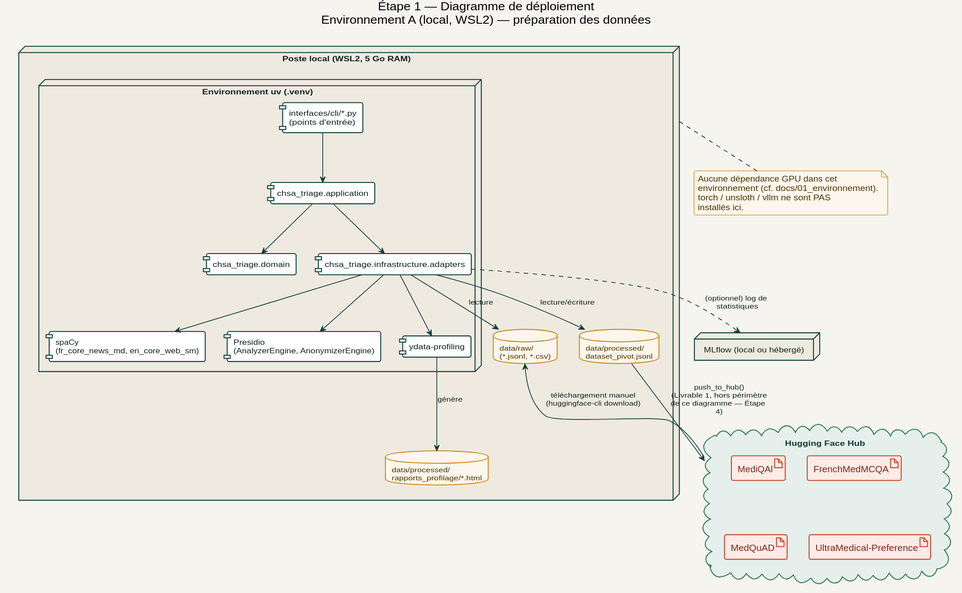
This is docs/diagrams/02_etape1_donnees/deploiement/deploiement_etape1.svg from racemartin/m14_ocr, a PlantUML export, as it was before one commit.
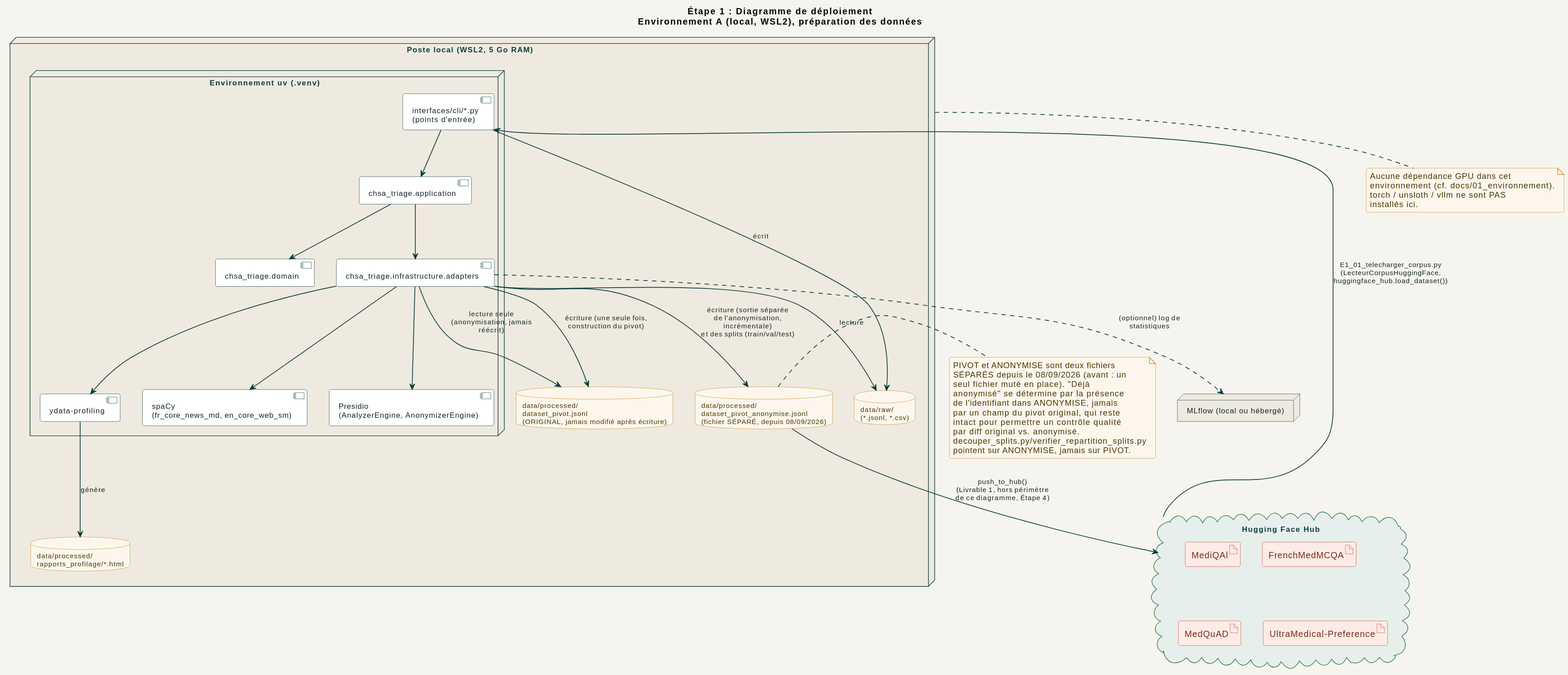
Later version of the same file.

Diff of the diagram source:
```diff
@@ -1,117 +1,7 @@
-@startuml deploiement_etape1
+@startuml
+!include ../../_common/estilo.iuml
 
-skinparam backgroundColor #F6F4EF
-skinparam defaultFontName Helvetica
-skinparam roundcorner 6
-skinparam shadowing false
-skinparam ArrowThickness 1.2
-
-skinparam arrow {
-  Color #0B3D3A
-  FontColor #10241F
-  FontSize 11
-}
-
-skinparam package {
-  BackgroundColor #FFFFFF
-  BorderColor #0B3D3A
-  FontColor #0B3D3A
-  FontStyle bold
-  FontSize 14
-}
-
-skinparam node {
-  BackgroundColor #EFEAE0
-  BorderColor #0B3D3A
-  FontColor #10241F
-  FontSize 12
-}
-
-skinparam database {
-  BackgroundColor #FDF6EC
-  BorderColor #C98A1E
-  FontColor #4A3400
-  FontSize 11
-}
-
-skinparam cloud {
-  BackgroundColor #E7EFEC
-  BorderColor #2F7A4F
-  FontColor #123C3A
-  FontSize 12
-}
-
-skinparam artifact {
-  BackgroundColor #FCEBE6
-  BorderColor #C4432B
-  FontColor #7A2A17
-}
-
-skinparam component {
-  BackgroundColor #FFFFFF
-  BorderColor #0B3D3A
-  FontColor #10241F
-  FontSize 12
-}
-
-skinparam class {
-  BackgroundColor #FFFFFF
-  BorderColor #0B3D3A
-  FontColor #10241F
-  HeaderBackgroundColor #EFEAE0
-  FontSize 11
-  AttributeFontSize 10
-}
-
-skinparam interface {
-  BackgroundColor #E7EFEC
-  BorderColor #2F7A4F
-  FontColor #123C3A
-}
-
-skinparam activity {
-  BackgroundColor #FFFFFF
-  BorderColor #0B3D3A
-  FontColor #10241F
-  DiamondBackgroundColor #FDF6EC
-  DiamondBorderColor #C98A1E
-  StartColor #0B3D3A
-  EndColor #C4432B
-  BarColor #0B3D3A
-}
-
-skinparam partition {
-  BackgroundColor #F0EEE7
-  BorderColor #0B3D3A
-  FontColor #0B3D3A
-  FontStyle bold
-}
-
-skinparam sequence {
-  ArrowColor #0B3D3A
-  ActorBorderColor #0B3D3A
-  LifeLineBorderColor #0B3D3A
-  LifeLineBackgroundColor #EFEAE0
-  ParticipantBorderColor #0B3D3A
-  ParticipantBackgroundColor #FFFFFF
-  ParticipantFontColor #10241F
-  ParticipantFontStyle bold
-  ActorBackgroundColor #FFFFFF
-  BoxBackgroundColor #F0EEE7
-  BoxBorderColor #0B3D3A
-}
-
-skinparam note {
-  BackgroundColor #FDF6EC
-  BorderColor #C98A1E
-  FontColor #4A3400
-}
-
-skinparam sequenceMessageAlign center
-skinparam maxMessageSize 160
-skinparam responseMessageBelowArrow true
-
-title Étape 1 — Diagramme de déploiement\nEnvironnement A (local, WSL2) — préparation des données
+title Étape 1 : Diagramme de déploiement\nEnvironnement A (local, WSL2), préparation des données
 
 cloud "Hugging Face Hub" as HFHUB {
   artifact "MediQAl" as C1
@@ -133,13 +23,15 @@
   }
 
   database "data/raw/\n(*.jsonl, *.csv)" as RAW
-  database "data/processed/\ndataset_pivot.jsonl" as PROCESSED
+  database "data/processed/\ndataset_pivot.jsonl\n(ORIGINAL, jamais modifié après écriture)" as PIVOT
+  database "data/processed/\ndataset_pivot_anonymise.jsonl\n(fichier SÉPARÉ, depuis 08/09/2026)" as ANONYMISE
   database "data/processed/\nrapports_profilage/*.html" as RAPPORTS
 }
 
 node "MLflow (local ou hébergé)" as MLFLOW
 
-HFHUB --> RAW : téléchargement manuel\n(huggingface-cli download)
+HFHUB --> CLI : E1_01_telecharger_corpus.py\n(LecteurCorpusHuggingFace,\nhuggingface_hub.load_dataset())
+CLI --> RAW : écrit
 CLI --> APP
 APP --> DOM
 APP --> INFRA
@@ -147,10 +39,12 @@
 INFRA --> PRESIDIO
 INFRA --> YDATA
 INFRA --> RAW : lecture
-INFRA --> PROCESSED : lecture/écriture
+INFRA --> PIVOT : écriture (une seule fois,\nconstruction du pivot)
+INFRA --> PIVOT : lecture seule\n(anonymisation, jamais réécrit)
+INFRA --> ANONYMISE : écriture (sortie séparée\nde l'anonymisation, incrémentale)\net des splits (train/val/test)
 YDATA --> RAPPORTS : génère
 INFRA ..> MLFLOW : (optionnel) log de statistiques
-PROCESSED --> HFHUB : push_to_hub()\n(Livrable 1, hors périmètre\nde ce diagramme — Étape 4)
+ANONYMISE --> HFHUB : push_to_hub()\n(Livrable 1, hors périmètre\nde ce diagramme, Étape 4)
 
 note bottom of LOCAL
   Aucune dépendance GPU dans cet
@@ -159,4 +53,16 @@
   installés ici.
 end note
 
+note right of ANONYMISE
+  PIVOT et ANONYMISE sont deux fichiers
+  SÉPARÉS depuis le 08/09/2026 (avant : un
+  seul fichier muté en place). "Déjà
+  anonymisé" se détermine par la présence
+  de l'identifiant dans ANONYMISE, jamais
+  par un champ du pivot original, qui reste
+  intact pour permettre un contrôle qualité
+  par diff original vs. anonymisé.
+  decouper_splits.py/verifier_repartition_splits.py
+  pointent sur ANONYMISE, jamais sur PIVOT.
+end note
 @enduml
```
